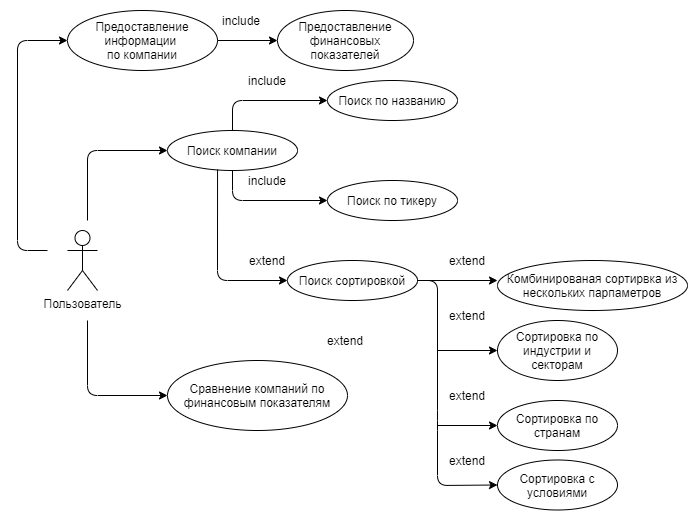
This is diagrams/use case diagram/use_case_diagram.png from moevm/nosql1h21-stock, a draw.io export, as it was before one commit. Source tidied: cells renumbered, new cells last; positions are measured from the earlier drawing's top-left corner, leaving out a move shared by most shapes.
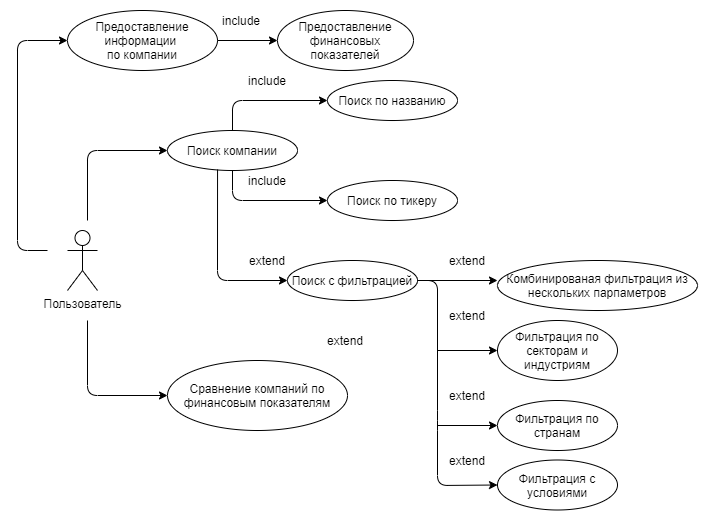
Later version of the same file.

Commit message:
Rename use-cases (from "sort" to "filter")

What changed in the source:
```diff
@@ -26,10 +26,10 @@
     <mxCell id="9" value="Сравнение компаний по финансовым показателям" style="ellipse;whiteSpace=wrap;html=1;align=center;" parent="1" vertex="1">
       <mxGeometry x="150" y="350" width="180" height="70" as="geometry" />
     </mxCell>
-    <mxCell id="10" value="Сортировка по индустрии и секторам" style="ellipse;whiteSpace=wrap;html=1;align=center;" parent="1" vertex="1">
+    <mxCell id="10" value="Фильтрация по секторам и индустриям" style="ellipse;whiteSpace=wrap;html=1;align=center;" parent="1" vertex="1">
       <mxGeometry x="480" y="310" width="120" height="60" as="geometry" />
     </mxCell>
-    <mxCell id="11" value="Сортировка по странам" style="ellipse;whiteSpace=wrap;html=1;align=center;" parent="1" vertex="1">
+    <mxCell id="11" value="Фильтрация по странам" style="ellipse;whiteSpace=wrap;html=1;align=center;" parent="1" vertex="1">
       <mxGeometry x="480" y="390" width="120" height="50" as="geometry" />
     </mxCell>
     <mxCell id="12" style="endArrow=classic;html=1;entryX=0;entryY=0.5;entryDx=0;entryDy=0;" parent="1" edge="1" target="3">
@@ -78,13 +78,13 @@
         </Array>
       </mxGeometry>
     </mxCell>
-    <mxCell id="18" value="Поиск сортировкой" style="ellipse;whiteSpace=wrap;html=1;align=center;" parent="1" vertex="1">
+    <mxCell id="18" value="Поиск с фильтрацией" style="ellipse;whiteSpace=wrap;html=1;align=center;" parent="1" vertex="1">
       <mxGeometry x="270" y="250" width="130" height="40" as="geometry" />
     </mxCell>
-    <mxCell id="19" value="Комбинированая сортирвка из нескольких парпаметров" style="ellipse;whiteSpace=wrap;html=1;align=center;" parent="1" vertex="1">
-      <mxGeometry x="480" y="250" width="190" height="50" as="geometry" />
+    <mxCell id="19" value="Комбинированая фильтрация из нескольких парпаметров" style="ellipse;whiteSpace=wrap;html=1;align=center;" parent="1" vertex="1">
+      <mxGeometry x="480" y="250" width="200" height="50" as="geometry" />
     </mxCell>
-    <mxCell id="20" value="Сортировка с условиями" style="ellipse;whiteSpace=wrap;html=1;align=center;" parent="1" vertex="1">
+    <mxCell id="20" value="Фильтрация с условиями" style="ellipse;whiteSpace=wrap;html=1;align=center;" parent="1" vertex="1">
       <mxGeometry x="480" y="449.5" width="120" height="50" as="geometry" />
     </mxCell>
     <mxCell id="21" style="endArrow=classic;html=1;exitX=1;exitY=0.5;exitDx=0;exitDy=0;entryX=0;entryY=0.5;entryDx=0;entryDy=0;" parent="1" edge="1" source="18" target="20">
```
